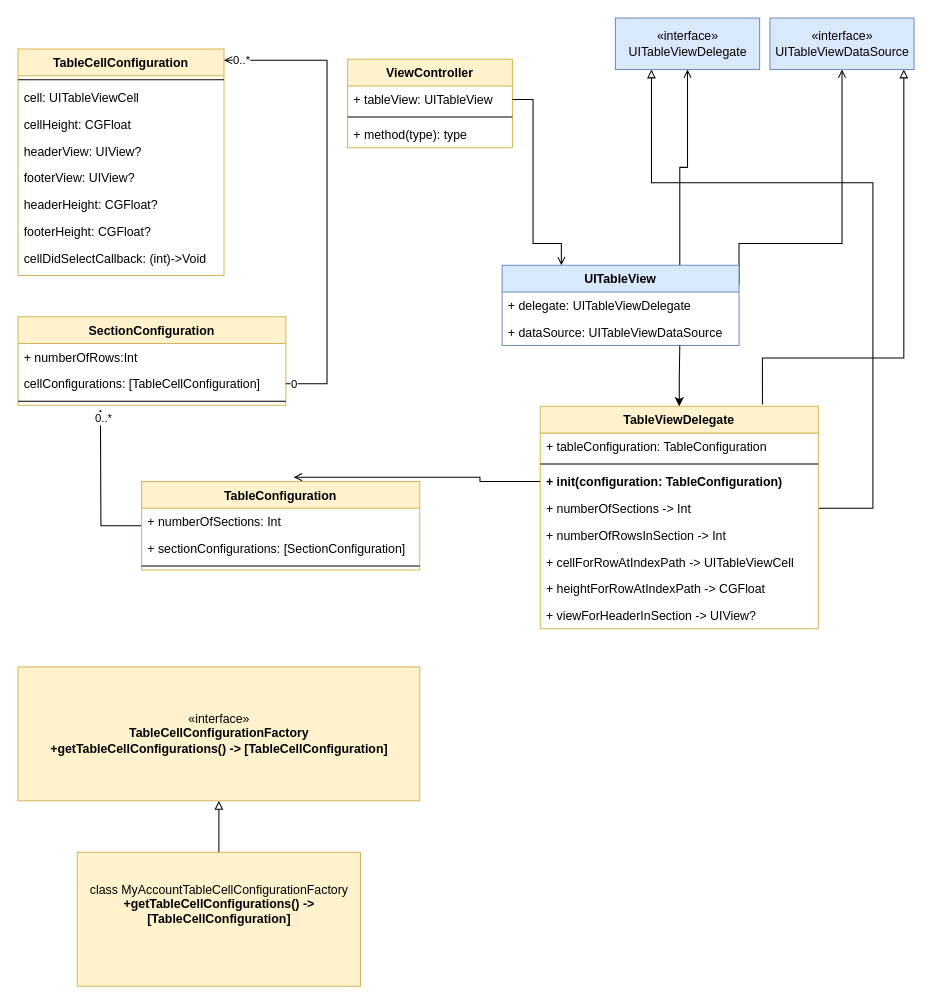
amit2908/Notes keeps this draw.io diagram as page "TableViewConfiguration" (3 of 3) of DesignPatterns.drawio. Above is the earlier version. Source tidied: cells renumbered, new cells numbered last; positions are measured from the earlier drawing's top-left corner, leaving out a move shared by most shapes. Both pictures are drawn from the tidied source at 103%, with x=0, y=0 at pixel (18, 18).
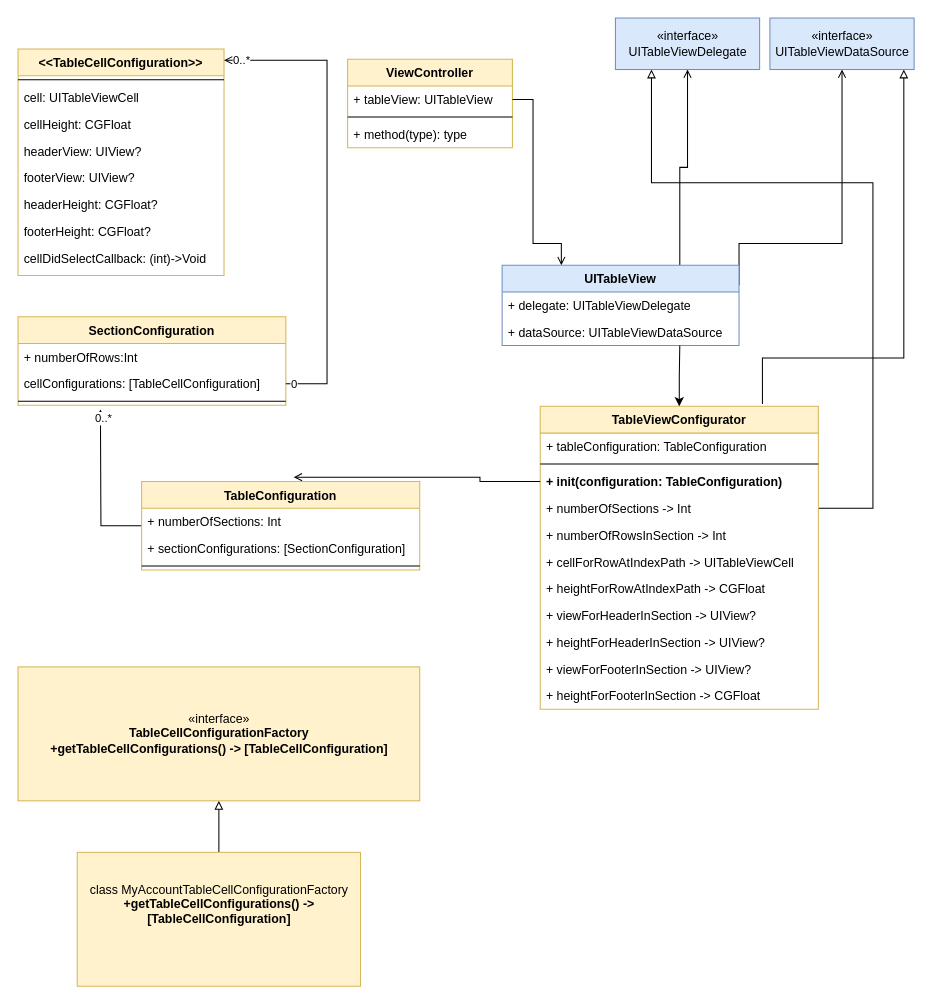
After the change.

Diff of the diagram source:
```diff
@@
-    <mxCell id="2" value="TableCellConfiguration" style="swimlane;fontStyle=1;align=center;verticalAlign=top;horizontal=1;startSize=26;fillColor=#fff2cc;strokeColor=#d6b656;" parent="1" vertex="1">
+    <mxCell id="2" value="&lt;&lt;TableCellConfiguration&gt;&gt;" style="swimlane;fontStyle=1;align=center;verticalAlign=top;horizontal=1;startSize=26;fillColor=#fff2cc;strokeColor=#d6b656;" parent="1" vertex="1">
       <mxGeometry y="30" width="200" height="220" as="geometry" />
     </mxCell>
@@
-    <mxCell id="23" value="TableViewDelegate" style="swimlane;fontStyle=1;align=center;verticalAlign=top;horizontal=1;startSize=26;fillColor=#fff2cc;strokeColor=#d6b656;" parent="1" vertex="1">
-      <mxGeometry x="507" y="377" width="270" height="216" as="geometry" />
+    <mxCell id="23" value="TableViewConfigurator" style="swimlane;fontStyle=1;align=center;verticalAlign=top;horizontal=1;startSize=26;fillColor=#fff2cc;strokeColor=#d6b656;" parent="1" vertex="1">
+      <mxGeometry x="507" y="377" width="270" height="294" as="geometry" />
     </mxCell>
@@
+    <mxCell id="52" value="+ heightForHeaderInSection -&gt; UIView?" style="text;strokeColor=none;fillColor=none;align=left;verticalAlign=top;spacingLeft=4;spacingRight=4;overflow=hidden;" parent="23" vertex="1">
+      <mxGeometry y="216" width="270" height="26" as="geometry" />
+    </mxCell>
+    <mxCell id="53" value="+ viewForFooterInSection -&gt; UIView?" style="text;strokeColor=none;fillColor=none;align=left;verticalAlign=top;spacingLeft=4;spacingRight=4;overflow=hidden;" parent="23" vertex="1">
+      <mxGeometry y="242" width="270" height="26" as="geometry" />
+    </mxCell>
+    <mxCell id="54" value="+ heightForFooterInSection -&gt; CGFloat" style="text;strokeColor=none;fillColor=none;align=left;verticalAlign=top;spacingLeft=4;spacingRight=4;overflow=hidden;" parent="23" vertex="1">
+      <mxGeometry y="268" width="270" height="26" as="geometry" />
+    </mxCell>
```
